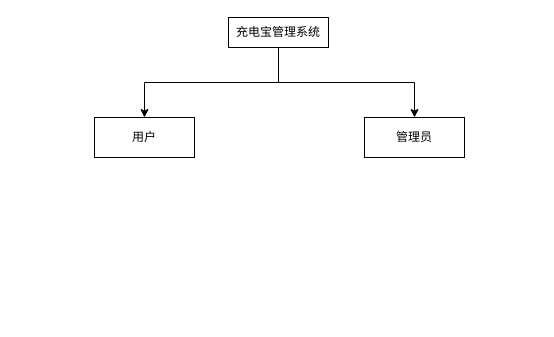
Before: springboot.drawio in 472619563/cdn, a draw.io diagram. Source tidied: cells renumbered, new cells numbered last; positions are measured from the earlier drawing's top-left corner, leaving out a move shared by most shapes. Both pictures are drawn from the tidied source at 100%, with x=0, y=0 at pixel (94, 17).
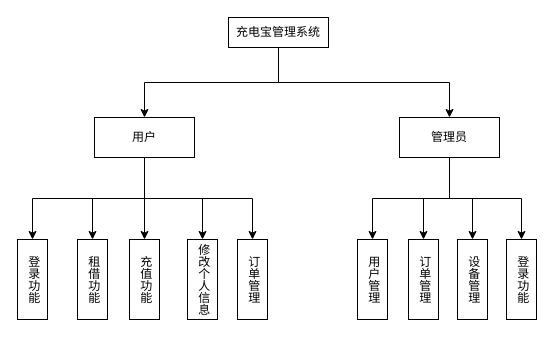
After the change.

Unchanged cells that the change refers to:
```xml
<mxCell id="5" value="用户" style="rounded=0;whiteSpace=wrap;html=1;" parent="1" vertex="1">
  <mxGeometry y="100" width="100" height="40" as="geometry" />
</mxCell>
```

Change to the diagram source:
```diff
@@
+    <mxCell id="7" style="edgeStyle=orthogonalEdgeStyle;rounded=0;jettySize=auto;html=1;exitX=0.5;exitY=1;exitDx=0;exitDy=0;entryX=0.5;entryY=0;entryDx=0;entryDy=0;" parent="1" edge="1" source="5" target="16">
+      <mxGeometry relative="1" as="geometry" />
+    </mxCell>
+    <mxCell id="8" style="edgeStyle=orthogonalEdgeStyle;rounded=0;jettySize=auto;html=1;exitX=0.5;exitY=1;exitDx=0;exitDy=0;entryX=0.5;entryY=0;entryDx=0;entryDy=0;" parent="1" edge="1" source="5" target="17">
+      <mxGeometry relative="1" as="geometry" />
+    </mxCell>
+    <mxCell id="9" style="edgeStyle=orthogonalEdgeStyle;rounded=0;jettySize=auto;html=1;exitX=0.5;exitY=1;exitDx=0;exitDy=0;entryX=0.5;entryY=0;entryDx=0;entryDy=0;" parent="1" edge="1" source="5" target="19">
+      <mxGeometry relative="1" as="geometry" />
+    </mxCell>
+    <mxCell id="10" style="edgeStyle=orthogonalEdgeStyle;rounded=0;jettySize=auto;html=1;exitX=0.5;exitY=1;exitDx=0;exitDy=0;" parent="1" edge="1" source="5" target="20">
+      <mxGeometry relative="1" as="geometry" />
+    </mxCell>
+    <mxCell id="11" style="edgeStyle=orthogonalEdgeStyle;rounded=0;jettySize=auto;html=1;exitX=0.5;exitY=1;exitDx=0;exitDy=0;" parent="1" edge="1" source="5" target="18">
+      <mxGeometry relative="1" as="geometry" />
+    </mxCell>
@@
+    <mxCell id="12" style="edgeStyle=orthogonalEdgeStyle;rounded=0;jettySize=auto;html=1;exitX=0.5;exitY=1;exitDx=0;exitDy=0;entryX=0.5;entryY=0;entryDx=0;entryDy=0;" parent="1" edge="1" source="6" target="21">
+      <mxGeometry relative="1" as="geometry" />
+    </mxCell>
+    <mxCell id="13" style="edgeStyle=orthogonalEdgeStyle;rounded=0;jettySize=auto;html=1;exitX=0.5;exitY=1;exitDx=0;exitDy=0;entryX=0.5;entryY=0;entryDx=0;entryDy=0;" parent="1" edge="1" source="6" target="22">
+      <mxGeometry relative="1" as="geometry" />
+    </mxCell>
+    <mxCell id="14" style="edgeStyle=orthogonalEdgeStyle;rounded=0;jettySize=auto;html=1;exitX=0.5;exitY=1;exitDx=0;exitDy=0;entryX=0.5;entryY=0;entryDx=0;entryDy=0;" parent="1" edge="1" source="6" target="23">
+      <mxGeometry relative="1" as="geometry" />
+    </mxCell>
+    <mxCell id="15" style="edgeStyle=orthogonalEdgeStyle;rounded=0;jettySize=auto;html=1;exitX=0.5;exitY=1;exitDx=0;exitDy=0;entryX=0.5;entryY=0;entryDx=0;entryDy=0;" parent="1" edge="1" source="6" target="24">
+      <mxGeometry relative="1" as="geometry" />
+    </mxCell>
     <mxCell id="6" value="管理员" style="rounded=0;whiteSpace=wrap;html=1;" parent="1" vertex="1">
-      <mxGeometry x="270" y="100" width="100" height="40" as="geometry" />
+      <mxGeometry x="305" y="100" width="100" height="40" as="geometry" />
     </mxCell>
+    <mxCell id="16" value="登录功能" style="rounded=0;whiteSpace=wrap;html=1;textDirection=vertical-lr;" parent="1" vertex="1">
+      <mxGeometry x="-77" y="222" width="30" height="80" as="geometry" />
+    </mxCell>
+    <mxCell id="17" value="租借功能" style="rounded=0;whiteSpace=wrap;html=1;textDirection=vertical-lr;" parent="1" vertex="1">
+      <mxGeometry x="-17" y="222" width="30" height="80" as="geometry" />
+    </mxCell>
+    <mxCell id="18" value="充值功能" style="rounded=0;whiteSpace=wrap;html=1;textDirection=vertical-lr;" parent="1" vertex="1">
+      <mxGeometry x="35" y="222" width="30" height="80" as="geometry" />
+    </mxCell>
+    <mxCell id="19" value="修改个人信息" style="rounded=0;whiteSpace=wrap;html=1;textDirection=vertical-lr;" parent="1" vertex="1">
+      <mxGeometry x="93" y="222" width="30" height="80" as="geometry" />
+    </mxCell>
+    <mxCell id="20" value="订单管理" style="rounded=0;whiteSpace=wrap;html=1;textDirection=vertical-lr;" parent="1" vertex="1">
+      <mxGeometry x="143" y="222" width="30" height="80" as="geometry" />
+    </mxCell>
+    <mxCell id="21" value="用户管理" style="rounded=0;whiteSpace=wrap;html=1;textDirection=vertical-lr;" parent="1" vertex="1">
+      <mxGeometry x="263" y="222" width="30" height="80" as="geometry" />
+    </mxCell>
+    <mxCell id="22" value="订单管理" style="rounded=0;whiteSpace=wrap;html=1;textDirection=vertical-lr;" parent="1" vertex="1">
+      <mxGeometry x="314" y="222" width="30" height="80" as="geometry" />
+    </mxCell>
+    <mxCell id="23" value="设备管理" style="rounded=0;whiteSpace=wrap;html=1;textDirection=vertical-lr;" parent="1" vertex="1">
+      <mxGeometry x="363" y="222" width="30" height="80" as="geometry" />
+    </mxCell>
+    <mxCell id="24" value="登录功能" style="rounded=0;whiteSpace=wrap;html=1;textDirection=vertical-lr;" parent="1" vertex="1">
+      <mxGeometry x="412" y="222" width="30" height="80" as="geometry" />
+    </mxCell>
```
